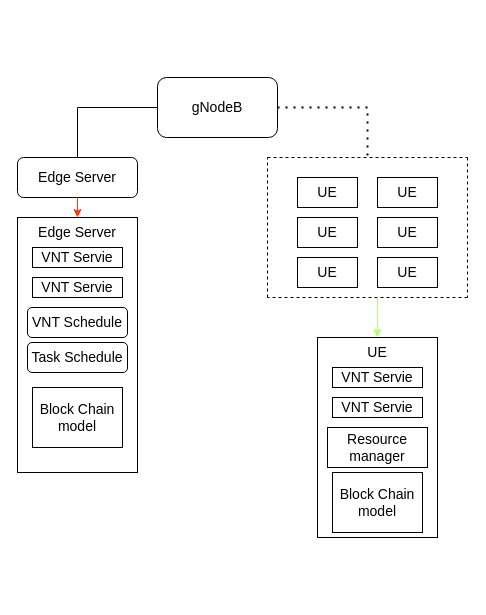
108703054nccu/Edge_Computing_Schedule keeps this draw.io diagram as Edge_Internet_Structure.drawio. Above is the earlier version. Source tidied: cells renumbered, new cells numbered last; positions are measured from the earlier drawing's top-left corner, leaving out a move shared by most shapes. Both pictures are drawn from the tidied source at 100%, with x=0, y=0 at pixel (17, 77).
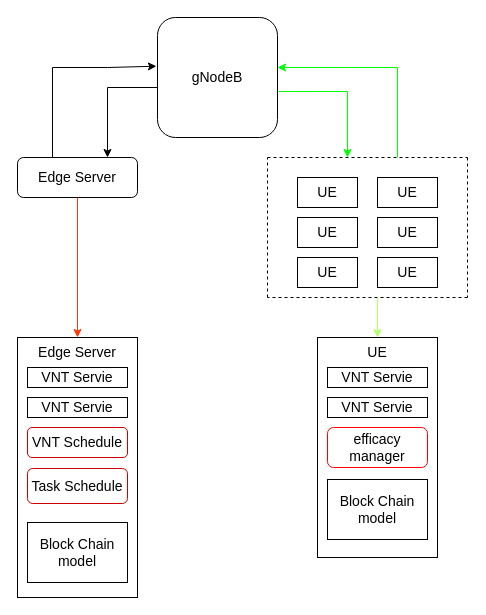
The same diagram, later.

Unchanged cells that the change refers to:
```xml
<mxCell id="15" value="Edge Server" style="rounded=1;whiteSpace=wrap;html=1;fontSize=14;" parent="1" vertex="1">
  <mxGeometry y="80" width="120" height="40" as="geometry" />
</mxCell>
```

The edit, as a diff of the source:
```diff
@@
     <mxCell id="8" value="gNodeB" style="rounded=1;whiteSpace=wrap;html=1;fontSize=14;" parent="1" vertex="1">
-      <mxGeometry x="140" width="120" height="60" as="geometry" />
+      <mxGeometry x="140" y="-60" width="120" height="120" as="geometry" />
     </mxCell>
@@
-    <mxCell id="13" style="endArrow=none;dashed=1;html=1;dashPattern=1 3;strokeWidth=2;rounded=0;fontSize=14;exitX=1;exitY=0.5;exitDx=0;exitDy=0;" parent="1" edge="1" source="8">
-      <mxGeometry relative="1" as="geometry">
-        <mxPoint x="350" y="80" as="targetPoint" />
-        <Array as="points">
-          <mxPoint x="350" y="30" />
-          <mxPoint x="350" y="40" />
-        </Array>
-      </mxGeometry>
-    </mxCell>
-    <mxCell id="14" style="endArrow=none;html=1;rounded=0;fontSize=14;exitX=0;exitY=0.5;exitDx=0;exitDy=0;" parent="1" edge="1" source="8" target="15">
-      <mxGeometry relative="1" as="geometry">
-        <Array as="points">
-          <mxPoint x="60" y="30" />
-        </Array>
-      </mxGeometry>
-    </mxCell>
@@
     <mxCell id="16" value="UE" style="rounded=0;whiteSpace=wrap;html=1;fontSize=14;verticalAlign=top;" parent="1" vertex="1">
-      <mxGeometry x="300" y="260" width="120" height="200" as="geometry" />
+      <mxGeometry x="300" y="260" width="120" height="220" as="geometry" />
     </mxCell>
     <mxCell id="17" value="VNT Servie" style="rounded=0;whiteSpace=wrap;html=1;fontSize=14;" parent="1" vertex="1">
-      <mxGeometry x="315" y="290" width="90" height="20" as="geometry" />
+      <mxGeometry x="310" y="290" width="100" height="20" as="geometry" />
     </mxCell>
     <mxCell id="18" value="VNT Servie" style="rounded=0;whiteSpace=wrap;html=1;fontSize=14;" parent="1" vertex="1">
-      <mxGeometry x="315" y="320" width="90" height="20" as="geometry" />
+      <mxGeometry x="310" y="320" width="100" height="20" as="geometry" />
     </mxCell>
     <mxCell id="19" value="Edge Server" style="rounded=0;whiteSpace=wrap;html=1;fontSize=14;verticalAlign=top;" parent="1" vertex="1">
-      <mxGeometry y="140" width="120" height="255" as="geometry" />
+      <mxGeometry y="260" width="120" height="260" as="geometry" />
     </mxCell>
     <mxCell id="20" value="VNT Servie" style="rounded=0;whiteSpace=wrap;html=1;fontSize=14;" parent="1" vertex="1">
-      <mxGeometry x="15" y="170" width="90" height="20" as="geometry" />
+      <mxGeometry x="10" y="290" width="100" height="20" as="geometry" />
     </mxCell>
     <mxCell id="21" value="VNT Servie" style="rounded=0;whiteSpace=wrap;html=1;fontSize=14;" parent="1" vertex="1">
-      <mxGeometry x="15" y="200" width="90" height="20" as="geometry" />
+      <mxGeometry x="10" y="320" width="100" height="20" as="geometry" />
     </mxCell>
-    <mxCell id="22" value="VNT Schedule" style="rounded=1;whiteSpace=wrap;html=1;fontSize=14;" parent="1" vertex="1">
-      <mxGeometry x="10" y="230" width="100" height="30" as="geometry" />
+    <mxCell id="22" value="VNT Schedule" style="rounded=1;whiteSpace=wrap;html=1;fontSize=14;strokeColor=#CC0000;" parent="1" vertex="1">
+      <mxGeometry x="10" y="350" width="100" height="30" as="geometry" />
     </mxCell>
-    <mxCell id="23" value="Task Schedule" style="rounded=1;whiteSpace=wrap;html=1;fontSize=14;" parent="1" vertex="1">
-      <mxGeometry x="10" y="265" width="100" height="30" as="geometry" />
+    <mxCell id="23" value="Task Schedule" style="rounded=1;whiteSpace=wrap;html=1;fontSize=14;strokeColor=#CC0000;" parent="1" vertex="1">
+      <mxGeometry x="10" y="391" width="100" height="35" as="geometry" />
     </mxCell>
     <mxCell id="24" value="Block Chain model" style="rounded=0;whiteSpace=wrap;html=1;fontSize=14;" parent="1" vertex="1">
-      <mxGeometry x="15" y="310" width="90" height="60" as="geometry" />
+      <mxGeometry x="10" y="445" width="100" height="60" as="geometry" />
     </mxCell>
     <mxCell id="25" value="Block Chain model" style="rounded=0;whiteSpace=wrap;html=1;fontSize=14;" parent="1" vertex="1">
-      <mxGeometry x="315" y="395" width="90" height="60" as="geometry" />
+      <mxGeometry x="310" y="402" width="100" height="60" as="geometry" />
     </mxCell>
-    <mxCell id="26" value="&amp;nbsp;Resource&amp;nbsp;&lt;br&gt;manager" style="rounded=0;whiteSpace=wrap;html=1;fontSize=14;" parent="1" vertex="1">
-      <mxGeometry x="310" y="350" width="100" height="40" as="geometry" />
-    </mxCell>
@@
+    <mxCell id="29" value="&lt;div&gt;efficacy manager&lt;br&gt;&lt;/div&gt;" style="rounded=1;whiteSpace=wrap;html=1;fontSize=14;strokeColor=#FF0000;" parent="1" vertex="1">
+      <mxGeometry x="310" y="350" width="100" height="40" as="geometry" />
+    </mxCell>
+    <mxCell id="30" style="endArrow=classic;html=1;rounded=0;entryX=0.75;entryY=0;entryDx=0;entryDy=0;" parent="1" edge="1" target="15">
+      <mxGeometry relative="1" as="geometry">
+        <mxPoint x="140" y="10" as="sourcePoint" />
+        <Array as="points">
+          <mxPoint x="90" y="10" />
+        </Array>
+      </mxGeometry>
+    </mxCell>
+    <mxCell id="31" style="endArrow=classic;html=1;rounded=0;entryX=-0.009;entryY=0.406;entryDx=0;entryDy=0;entryPerimeter=0;" parent="1" edge="1" target="8">
+      <mxGeometry relative="1" as="geometry">
+        <mxPoint x="35" y="80" as="sourcePoint" />
+        <Array as="points">
+          <mxPoint x="35" y="-10" />
+          <mxPoint x="90" y="-10" />
+        </Array>
+      </mxGeometry>
+    </mxCell>
+    <mxCell id="32" style="endArrow=classic;html=1;rounded=0;exitX=1.008;exitY=0.617;exitDx=0;exitDy=0;exitPerimeter=0;strokeColor=#00FF00;" parent="1" edge="1" source="8">
+      <mxGeometry relative="1" as="geometry">
+        <mxPoint x="330" y="80" as="targetPoint" />
+        <Array as="points">
+          <mxPoint x="330" y="14" />
+        </Array>
+      </mxGeometry>
+    </mxCell>
+    <mxCell id="33" style="endArrow=classic;html=1;rounded=0;strokeColor=#00FF00;" parent="1" edge="1">
+      <mxGeometry relative="1" as="geometry">
+        <mxPoint x="380" y="80" as="sourcePoint" />
+        <mxPoint x="260" y="-10" as="targetPoint" />
+        <Array as="points">
+          <mxPoint x="380" y="-10" />
+          <mxPoint x="330" y="-10" />
+        </Array>
+      </mxGeometry>
+    </mxCell>
```
